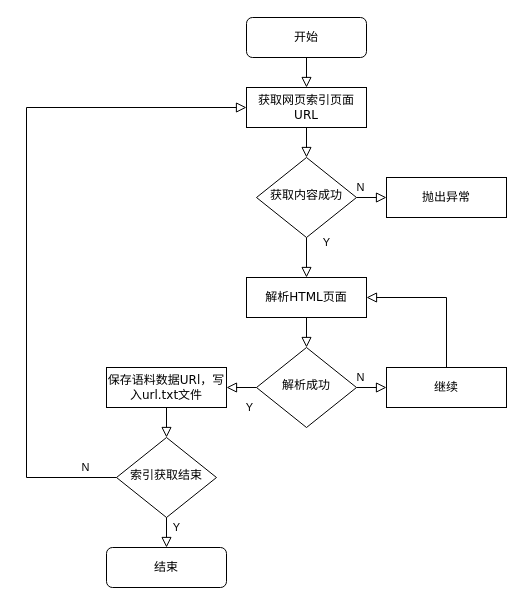
The draw.io diagram page "第 2 页" (2 of 5) of 系统流程图.drawio in Mo-DuQian/rhetoric-poem-data, before the edit. Source tidied: cells renumbered, new cells numbered last; positions are measured from the earlier drawing's top-left corner, leaving out a move shared by most shapes. Both pictures are drawn from the tidied source at 100%, with x=0, y=0 at pixel (26, 17).
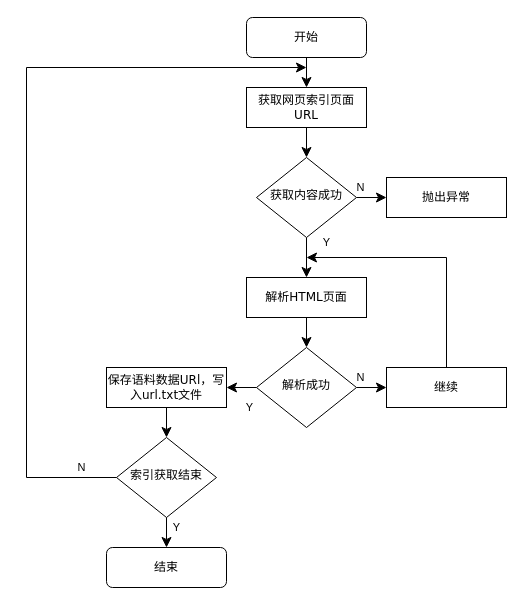
After the change.

The change refers to these unchanged cells:
```xml
<mxCell id="3" value="&lt;font face=&quot;Verdana&quot;&gt;开始&lt;/font&gt;" style="rounded=1;whiteSpace=wrap;html=1;fontSize=12;glass=0;strokeWidth=1;shadow=0;" parent="1" vertex="1">
  <mxGeometry x="220" width="120" height="40" as="geometry" />
</mxCell>
<mxCell id="6" value="&lt;font face=&quot;Verdana&quot;&gt;获取内容成功&lt;/font&gt;" style="rhombus;whiteSpace=wrap;html=1;shadow=0;fontFamily=Helvetica;fontSize=12;align=center;strokeWidth=1;spacing=6;spacingTop=-4;" parent="1" vertex="1">
  <mxGeometry x="230" y="140" width="100" height="80" as="geometry" />
</mxCell>
<mxCell id="7" value="&lt;font face=&quot;Verdana&quot;&gt;结束&lt;/font&gt;" style="rounded=1;whiteSpace=wrap;html=1;fontSize=12;glass=0;strokeWidth=1;shadow=0;" parent="1" vertex="1">
  <mxGeometry x="80" y="530" width="120" height="40" as="geometry" />
</mxCell>
<mxCell id="8" value="抛出异常" style="rounded=0;whiteSpace=wrap;html=1;fontSize=12;glass=0;strokeWidth=1;shadow=0;" parent="1" vertex="1">
  <mxGeometry x="360" y="160" width="120" height="40" as="geometry" />
</mxCell>
<mxCell id="10" value="&lt;font face=&quot;Verdana&quot;&gt;获取网页索引页面URL&lt;/font&gt;" style="rounded=0;whiteSpace=wrap;html=1;" parent="1" vertex="1">
  <mxGeometry x="220" y="70" width="120" height="40" as="geometry" />
</mxCell>
<mxCell id="11" value="&lt;font face=&quot;Verdana&quot;&gt;解析HTML页面&lt;/font&gt;" style="rounded=0;whiteSpace=wrap;html=1;" parent="1" vertex="1">
  <mxGeometry x="220" y="260" width="120" height="40" as="geometry" />
</mxCell>
<mxCell id="12" value="&lt;font face=&quot;Verdana&quot;&gt;保存语料数据URl，写入url.txt文件&lt;/font&gt;" style="rounded=0;whiteSpace=wrap;html=1;" parent="1" vertex="1">
  <mxGeometry x="80" y="350" width="120" height="40" as="geometry" />
</mxCell>
<mxCell id="15" value="&lt;font face=&quot;Verdana&quot;&gt;解析成功&lt;/font&gt;" style="rhombus;whiteSpace=wrap;html=1;shadow=0;fontFamily=Helvetica;fontSize=12;align=center;strokeWidth=1;spacing=6;spacingTop=-4;" parent="1" vertex="1">
  <mxGeometry x="230" y="330" width="100" height="80" as="geometry" />
</mxCell>
<mxCell id="17" value="继续" style="rounded=0;whiteSpace=wrap;html=1;fontSize=12;glass=0;strokeWidth=1;shadow=0;" parent="1" vertex="1">
  <mxGeometry x="360" y="350" width="120" height="40" as="geometry" />
</mxCell>
<mxCell id="19" value="索引获取结束" style="rhombus;whiteSpace=wrap;html=1;shadow=0;fontFamily=Helvetica;fontSize=12;align=center;strokeWidth=1;spacing=6;spacingTop=-4;" parent="1" vertex="1">
  <mxGeometry x="90" y="420" width="100" height="80" as="geometry" />
</mxCell>
```

Diff of the diagram source:
```diff
@@
-    <mxCell id="2" style="edgeStyle=orthogonalEdgeStyle;rounded=0;jettySize=auto;html=1;labelBackgroundColor=none;endArrow=block;endFill=0;endSize=8;strokeWidth=1;shadow=0;" parent="1" edge="1" source="3" target="10">
+    <mxCell id="2" style="edgeStyle=orthogonalEdgeStyle;rounded=0;jettySize=auto;html=1;labelBackgroundColor=default;endArrow=classic;endFill=1;endSize=8;strokeWidth=1;shadow=0;" parent="1" edge="1" source="3" target="10">
       <mxGeometry relative="1" as="geometry" />
     </mxCell>
@@
-    <mxCell id="4" value="Y" style="rounded=0;html=1;jettySize=auto;fontSize=11;endArrow=block;endFill=0;endSize=8;strokeWidth=1;shadow=0;labelBackgroundColor=none;edgeStyle=orthogonalEdgeStyle;entryX=0.5;entryY=0;entryDx=0;entryDy=0;" parent="1" edge="1" source="6" target="11">
+    <mxCell id="4" value="Y" style="rounded=0;html=1;jettySize=auto;fontSize=11;endArrow=classic;endFill=1;endSize=8;strokeWidth=1;shadow=0;labelBackgroundColor=default;edgeStyle=orthogonalEdgeStyle;entryX=0.5;entryY=0;entryDx=0;entryDy=0;" parent="1" edge="1" source="6" target="11">
       <mxGeometry x="-0.73" y="20" relative="1" as="geometry" />
     </mxCell>
-    <mxCell id="5" value="N" style="edgeStyle=orthogonalEdgeStyle;rounded=0;html=1;jettySize=auto;fontSize=11;endArrow=block;endFill=0;endSize=8;strokeWidth=1;shadow=0;labelBackgroundColor=none;" parent="1" edge="1" source="6" target="8">
+    <mxCell id="5" value="N" style="edgeStyle=orthogonalEdgeStyle;rounded=0;html=1;jettySize=auto;fontSize=11;endArrow=classic;endFill=1;endSize=8;strokeWidth=1;shadow=0;labelBackgroundColor=default;" parent="1" edge="1" source="6" target="8">
       <mxGeometry x="-0.73" y="10" relative="1" as="geometry">
         <Array as="points">
           <mxPoint x="460" y="180" />
         </Array>
       </mxGeometry>
     </mxCell>
@@
-    <mxCell id="9" style="edgeStyle=orthogonalEdgeStyle;rounded=0;jettySize=auto;html=1;labelBackgroundColor=none;endArrow=block;endFill=0;endSize=8;strokeWidth=1;shadow=0;entryX=0.5;entryY=0;entryDx=0;entryDy=0;" parent="1" edge="1" source="10" target="6">
+    <mxCell id="9" style="edgeStyle=orthogonalEdgeStyle;rounded=0;jettySize=auto;html=1;labelBackgroundColor=default;endArrow=classic;endFill=1;endSize=8;strokeWidth=1;shadow=0;entryX=0.5;entryY=0;entryDx=0;entryDy=0;" parent="1" edge="1" source="10" target="6">
       <mxGeometry relative="1" as="geometry" />
     </mxCell>
@@
-    <mxCell id="13" value="Y" style="rounded=0;html=1;jettySize=auto;fontSize=11;endArrow=block;endFill=0;endSize=8;strokeWidth=1;shadow=0;labelBackgroundColor=none;edgeStyle=orthogonalEdgeStyle;entryX=1;entryY=0.5;entryDx=0;entryDy=0;" parent="1" edge="1" source="15" target="12">
+    <mxCell id="13" value="Y" style="rounded=0;html=1;jettySize=auto;fontSize=11;endArrow=classic;endFill=1;endSize=8;strokeWidth=1;shadow=0;labelBackgroundColor=default;edgeStyle=orthogonalEdgeStyle;entryX=1;entryY=0.5;entryDx=0;entryDy=0;" parent="1" edge="1" source="15" target="12">
       <mxGeometry x="-0.73" y="20" relative="1" as="geometry" />
     </mxCell>
-    <mxCell id="14" value="N" style="edgeStyle=orthogonalEdgeStyle;rounded=0;html=1;jettySize=auto;fontSize=11;endArrow=block;endFill=0;endSize=8;strokeWidth=1;shadow=0;labelBackgroundColor=none;" parent="1" edge="1" source="15" target="17">
+    <mxCell id="14" value="N" style="edgeStyle=orthogonalEdgeStyle;rounded=0;html=1;jettySize=auto;fontSize=11;endArrow=classic;endFill=1;endSize=8;strokeWidth=1;shadow=0;labelBackgroundColor=default;" parent="1" edge="1" source="15" target="17">
       <mxGeometry x="-0.73" y="10" relative="1" as="geometry">
         <Array as="points">
           <mxPoint x="460" y="390" />
         </Array>
       </mxGeometry>
     </mxCell>
@@
-    <mxCell id="16" style="edgeStyle=orthogonalEdgeStyle;rounded=0;jettySize=auto;html=1;entryX=1;entryY=0.5;entryDx=0;entryDy=0;labelBackgroundColor=none;endArrow=block;endFill=0;endSize=8;strokeWidth=1;shadow=0;" parent="1" edge="1" source="17" target="11">
+    <mxCell id="16" style="edgeStyle=orthogonalEdgeStyle;rounded=0;jettySize=auto;html=1;labelBackgroundColor=default;endArrow=classic;endFill=1;endSize=8;strokeWidth=1;shadow=0;" parent="1" edge="1" source="17">
       <mxGeometry relative="1" as="geometry">
+        <mxPoint x="280" y="240" as="targetPoint" />
         <Array as="points">
-          <mxPoint x="420" y="280" />
+          <mxPoint x="420" y="240" />
         </Array>
       </mxGeometry>
     </mxCell>
@@
-    <mxCell id="18" style="edgeStyle=orthogonalEdgeStyle;rounded=0;jettySize=auto;html=1;labelBackgroundColor=none;endArrow=block;endFill=0;endSize=8;strokeWidth=1;shadow=0;entryX=0.5;entryY=0;entryDx=0;entryDy=0;exitX=0.5;exitY=1;exitDx=0;exitDy=0;" parent="1" edge="1" source="11" target="15">
+    <mxCell id="18" style="edgeStyle=orthogonalEdgeStyle;rounded=0;jettySize=auto;html=1;labelBackgroundColor=default;endArrow=classic;endFill=1;endSize=8;strokeWidth=1;shadow=0;entryX=0.5;entryY=0;entryDx=0;entryDy=0;exitX=0.5;exitY=1;exitDx=0;exitDy=0;" parent="1" edge="1" source="11" target="15">
       <mxGeometry relative="1" as="geometry" />
     </mxCell>
@@
-    <mxCell id="20" style="edgeStyle=orthogonalEdgeStyle;rounded=0;jettySize=auto;html=1;labelBackgroundColor=none;endArrow=block;endFill=0;endSize=8;strokeWidth=1;shadow=0;entryX=0.5;entryY=0;entryDx=0;entryDy=0;exitX=0.5;exitY=1;exitDx=0;exitDy=0;" parent="1" edge="1" source="12" target="19">
+    <mxCell id="20" style="edgeStyle=orthogonalEdgeStyle;rounded=0;jettySize=auto;html=1;labelBackgroundColor=default;endArrow=classic;endFill=1;endSize=8;strokeWidth=1;shadow=0;entryX=0.5;entryY=0;entryDx=0;entryDy=0;exitX=0.5;exitY=1;exitDx=0;exitDy=0;" parent="1" edge="1" source="12" target="19">
       <mxGeometry relative="1" as="geometry" />
     </mxCell>
-    <mxCell id="21" value="N" style="edgeStyle=orthogonalEdgeStyle;rounded=0;html=1;jettySize=auto;fontSize=11;endArrow=block;endFill=0;endSize=8;strokeWidth=1;shadow=0;labelBackgroundColor=none;exitX=0;exitY=0.5;exitDx=0;exitDy=0;entryX=0;entryY=0.5;entryDx=0;entryDy=0;" parent="1" edge="1" source="19" target="10">
+    <mxCell id="21" value="N" style="edgeStyle=orthogonalEdgeStyle;rounded=0;html=1;jettySize=auto;fontSize=11;endArrow=classic;endFill=1;endSize=8;strokeWidth=1;shadow=0;labelBackgroundColor=default;exitX=0;exitY=0.5;exitDx=0;exitDy=0;" parent="1" edge="1" source="19">
       <mxGeometry x="-0.91" y="-10" relative="1" as="geometry">
+        <mxPoint x="280" y="50" as="targetPoint" />
         <Array as="points">
           <mxPoint y="460" />
-          <mxPoint y="90" />
+          <mxPoint y="50" />
         </Array>
       </mxGeometry>
     </mxCell>
-    <mxCell id="22" value="Y" style="rounded=0;html=1;jettySize=auto;fontSize=11;endArrow=block;endFill=0;endSize=8;strokeWidth=1;shadow=0;labelBackgroundColor=none;edgeStyle=orthogonalEdgeStyle;entryX=0.5;entryY=0;entryDx=0;entryDy=0;exitX=0.5;exitY=1;exitDx=0;exitDy=0;" parent="1" edge="1" source="19" target="7">
+    <mxCell id="22" value="Y" style="rounded=0;html=1;jettySize=auto;fontSize=11;endArrow=classic;endFill=1;endSize=8;strokeWidth=1;shadow=0;labelBackgroundColor=default;edgeStyle=orthogonalEdgeStyle;entryX=0.5;entryY=0;entryDx=0;entryDy=0;exitX=0.5;exitY=1;exitDx=0;exitDy=0;" parent="1" edge="1" source="19" target="7">
       <mxGeometry x="-0.33" y="10" relative="1" as="geometry" />
     </mxCell>
```
